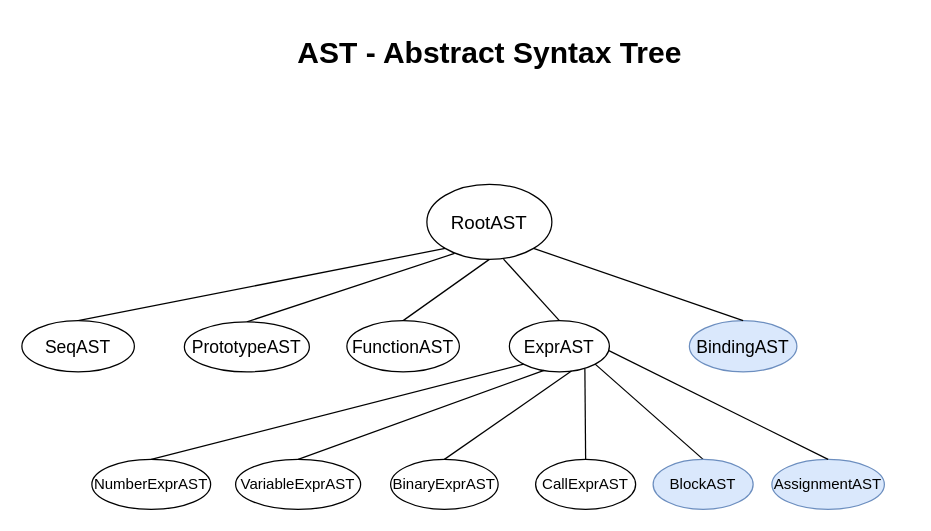
Above: Front-End/Progetto_Finale/img/AST_class.drawio in lucaAnza/MyFirstLLVM_compiler (draw.io), before the change. Source tidied: cells renumbered, new cells numbered last; positions are measured from the earlier drawing's top-left corner, leaving out a move shared by most shapes. Both pictures are drawn from the tidied source at 125%, with x=0, y=0 at pixel (21, 21).
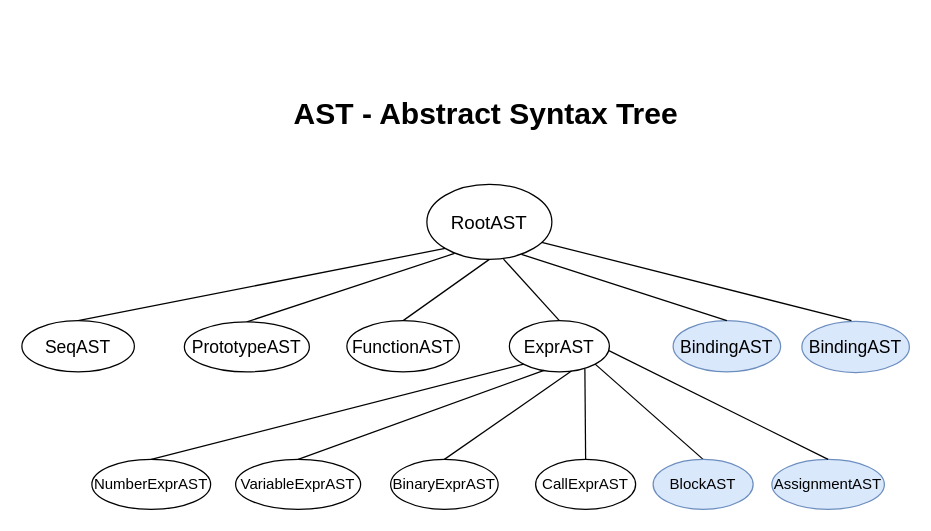
After the change.

Commit message (it also covers changes not shown here):
Add GlobalVar on AST

The change refers to these unchanged cells:
```xml
<mxCell id="2" value="&lt;font style=&quot;font-size: 15px;&quot;&gt;RootAST&lt;/font&gt;" style="ellipse;whiteSpace=wrap;html=1;" parent="1" vertex="1">
  <mxGeometry x="324" y="130" width="100" height="60" as="geometry" />
</mxCell>
```

The edit, as a diff of the source:
```diff
@@
     <mxCell id="3" value="AST - Abstract Syntax Tree" style="text;strokeColor=none;fillColor=none;html=1;fontSize=24;fontStyle=1;verticalAlign=middle;align=center;" parent="1" vertex="1">
-      <mxGeometry x="214" width="320" height="50" as="geometry" />
+      <mxGeometry x="211" y="49" width="320" height="50" as="geometry" />
     </mxCell>
@@
     <mxCell id="12" value="&lt;font style=&quot;font-size: 14px;&quot;&gt;BindingAST&lt;/font&gt;" style="ellipse;whiteSpace=wrap;html=1;fillColor=#dae8fc;strokeColor=#6c8ebf;" parent="1" vertex="1">
-      <mxGeometry x="534" y="239" width="86" height="41" as="geometry" />
+      <mxGeometry x="521" y="239" width="86" height="41" as="geometry" />
     </mxCell>
-    <mxCell id="13" style="endArrow=none;html=1;rounded=0;entryX=0.5;entryY=0;entryDx=0;entryDy=0;exitX=1;exitY=1;exitDx=0;exitDy=0;" parent="1" edge="1" source="2" target="12">
+    <mxCell id="13" style="endArrow=none;html=1;rounded=0;entryX=0.5;entryY=0;entryDx=0;entryDy=0;exitX=0.757;exitY=0.933;exitDx=0;exitDy=0;exitPerimeter=0;" parent="1" edge="1" source="2" target="12">
       <mxGeometry relative="1" as="geometry" />
     </mxCell>
@@
+    <mxCell id="26" value="&lt;font style=&quot;font-size: 14px;&quot;&gt;BindingAST&lt;/font&gt;" style="ellipse;whiteSpace=wrap;html=1;fillColor=#dae8fc;strokeColor=#6c8ebf;" parent="1" vertex="1">
+      <mxGeometry x="624" y="239.5" width="86" height="41" as="geometry" />
+    </mxCell>
+    <mxCell id="27" style="endArrow=none;html=1;rounded=0;entryX=0.461;entryY=-0.012;entryDx=0;entryDy=0;exitX=0.919;exitY=0.772;exitDx=0;exitDy=0;exitPerimeter=0;entryPerimeter=0;" parent="1" edge="1" source="2" target="26">
+      <mxGeometry relative="1" as="geometry" />
+    </mxCell>
```
